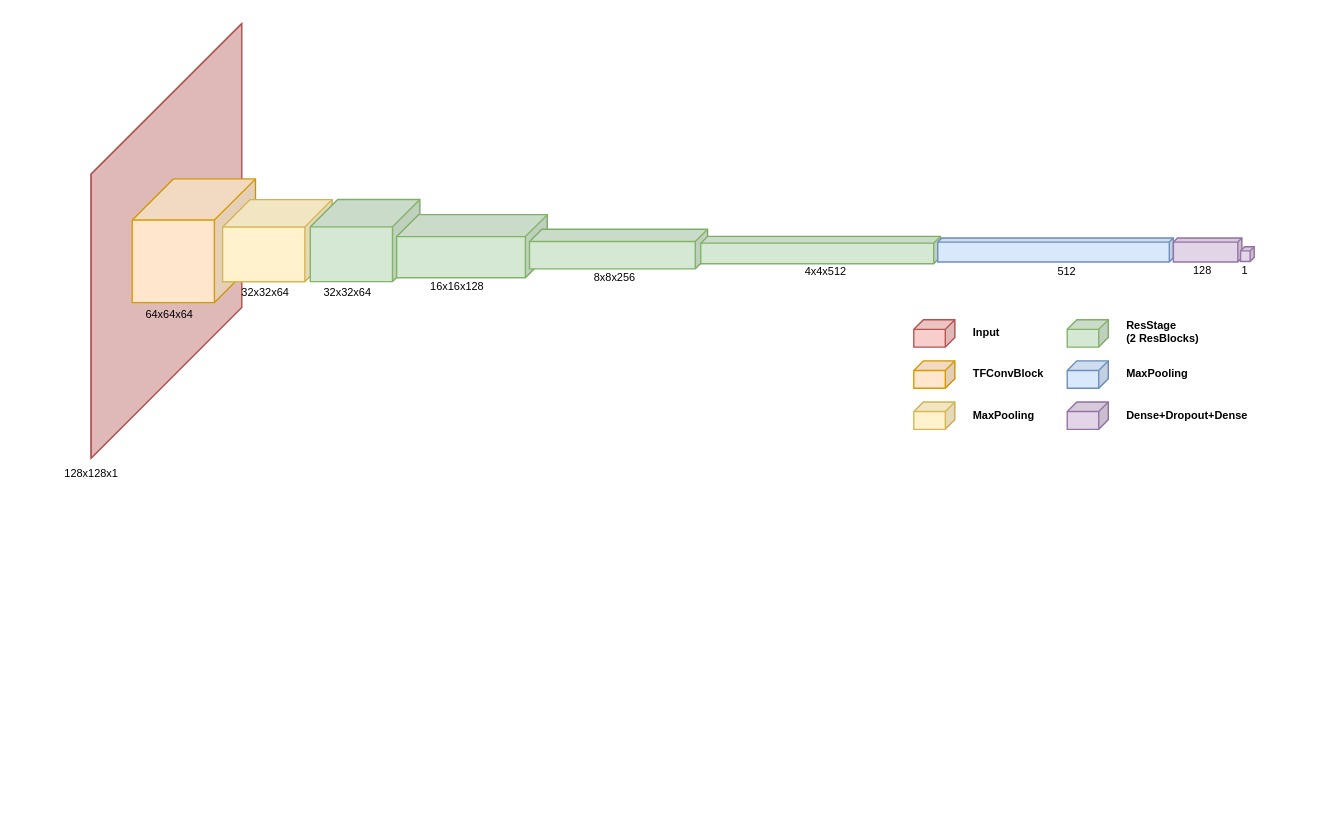
minh071289/AI_system keeps this draw.io diagram as OverallArchitecture.drawio. Above is the earlier version. Source tidied: cells renumbered, new cells numbered last; positions are measured from the earlier drawing's top-left corner, leaving out a move shared by most shapes. Both pictures are drawn from the tidied source at 137%, with x=0, y=0 at pixel (23, 23).
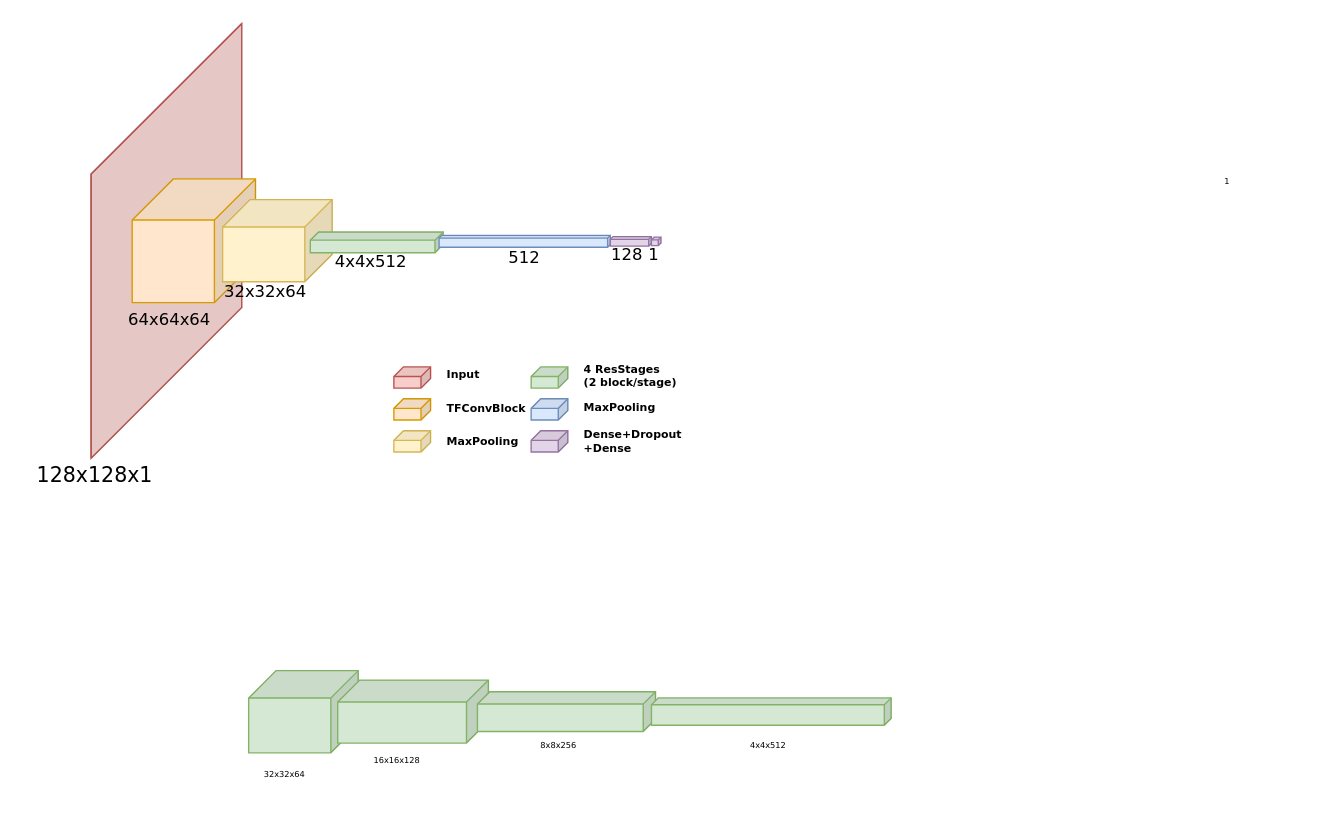
The same page after the edit.

Change to the diagram source:
```diff
@@
-    <mxCell id="2" style="shape=cube;whiteSpace=wrap;html=1;boundedLbl=1;backgroundOutline=1;darkOpacity=0.05;darkOpacity2=0.1;size=110;direction=east;flipH=1;fillColor=#f8cecc;strokeColor=#b85450;" parent="1" vertex="1">
+    <mxCell id="2" style="shape=cube;whiteSpace=wrap;html=1;boundedLbl=1;backgroundOutline=1;darkOpacity=0.05;darkOpacity2=0.1;size=110;direction=east;flipH=1;fillColor=light-dark(#ffdddb, #512d2b);strokeColor=#b85450;fontSize=6;fontFamily=Verdana;" parent="1" vertex="1">
       <mxGeometry x="49" y="-0.4" width="110" height="317.4" as="geometry" />
     </mxCell>
-    <mxCell id="3" style="shape=cube;whiteSpace=wrap;html=1;boundedLbl=1;backgroundOutline=1;darkOpacity=0.05;darkOpacity2=0.1;size=30;direction=east;flipH=1;fillColor=#ffe6cc;strokeColor=#d79b00;" parent="1" vertex="1">
+    <mxCell id="3" style="shape=cube;whiteSpace=wrap;html=1;boundedLbl=1;backgroundOutline=1;darkOpacity=0.05;darkOpacity2=0.1;size=30;direction=east;flipH=1;fillColor=#ffe6cc;strokeColor=#d79b00;fontSize=6;fontFamily=Verdana;" parent="1" vertex="1">
       <mxGeometry x="79" y="113.1" width="90" height="90.3" as="geometry" />
     </mxCell>
-    <mxCell id="4" style="shape=cube;whiteSpace=wrap;html=1;boundedLbl=1;backgroundOutline=1;darkOpacity=0.05;darkOpacity2=0.1;size=7;direction=east;flipH=1;fillColor=#f8cecc;strokeColor=#b85450;fontSize=8;" parent="1" vertex="1">
-      <mxGeometry x="649.5" y="215.9" width="30" height="20" as="geometry" />
-    </mxCell>
-    <mxCell id="5" style="shape=cube;whiteSpace=wrap;html=1;boundedLbl=1;backgroundOutline=1;darkOpacity=0.05;darkOpacity2=0.1;size=7;direction=east;flipH=1;fillColor=#ffe6cc;strokeColor=#d79b00;fontSize=8;" parent="1" vertex="1">
-      <mxGeometry x="649.5" y="245.9" width="30" height="20" as="geometry" />
-    </mxCell>
-    <mxCell id="6" style="shape=cube;whiteSpace=wrap;html=1;boundedLbl=1;backgroundOutline=1;darkOpacity=0.05;darkOpacity2=0.1;size=7;direction=east;flipH=1;fillColor=#fff2cc;strokeColor=#d6b656;fontSize=8;" parent="1" vertex="1">
-      <mxGeometry x="649.5" y="275.9" width="30" height="20" as="geometry" />
-    </mxCell>
-    <mxCell id="7" value="Input" style="text;html=1;strokeColor=none;fillColor=none;align=left;verticalAlign=middle;whiteSpace=wrap;rounded=0;fontStyle=1;fontSize=8;" parent="1" vertex="1">
-      <mxGeometry x="690.5" y="213" width="138" height="23.9" as="geometry" />
-    </mxCell>
-    <mxCell id="8" value="TFConvBlock" style="text;html=1;strokeColor=none;fillColor=none;align=left;verticalAlign=middle;whiteSpace=wrap;rounded=0;fontStyle=1;fontSize=8;" parent="1" vertex="1">
-      <mxGeometry x="690.5" y="243" width="138" height="23.9" as="geometry" />
-    </mxCell>
-    <mxCell id="9" value="MaxPooling" style="text;html=1;strokeColor=none;fillColor=none;align=left;verticalAlign=middle;whiteSpace=wrap;rounded=0;fontStyle=1;fontSize=8;" parent="1" vertex="1">
-      <mxGeometry x="690.5" y="274.1" width="138" height="23.9" as="geometry" />
-    </mxCell>
-    <mxCell id="10" style="shape=cube;whiteSpace=wrap;html=1;boundedLbl=1;backgroundOutline=1;darkOpacity=0.05;darkOpacity2=0.1;size=20;direction=east;flipH=1;fillColor=#fff2cc;strokeColor=#d6b656;" parent="1" vertex="1">
+    <mxCell id="10" style="shape=cube;whiteSpace=wrap;html=1;boundedLbl=1;backgroundOutline=1;darkOpacity=0.05;darkOpacity2=0.1;size=20;direction=east;flipH=1;fillColor=#fff2cc;strokeColor=#d6b656;fontSize=6;fontFamily=Verdana;" parent="1" vertex="1">
       <mxGeometry x="145" y="128.2" width="80" height="60" as="geometry" />
     </mxCell>
-    <mxCell id="11" style="shape=cube;whiteSpace=wrap;html=1;boundedLbl=1;backgroundOutline=1;darkOpacity=0.05;darkOpacity2=0.1;size=20;direction=east;flipH=1;fillColor=#d5e8d4;strokeColor=#82b366;" parent="1" vertex="1">
-      <mxGeometry x="209" y="128.1" width="80" height="60" as="geometry" />
+    <mxCell id="11" style="shape=cube;whiteSpace=wrap;html=1;boundedLbl=1;backgroundOutline=1;darkOpacity=0.05;darkOpacity2=0.1;size=20;direction=east;flipH=1;fillColor=#d5e8d4;strokeColor=#82b366;fontSize=6;fontFamily=Verdana;" parent="1" vertex="1">
+      <mxGeometry x="164" y="472" width="80" height="60" as="geometry" />
     </mxCell>
-    <mxCell id="12" style="shape=cube;whiteSpace=wrap;html=1;boundedLbl=1;backgroundOutline=1;darkOpacity=0.05;darkOpacity2=0.1;size=16;direction=east;flipH=1;fillColor=#d5e8d4;strokeColor=#82b366;" parent="1" vertex="1">
-      <mxGeometry x="272" y="139.2" width="110" height="46" as="geometry" />
+    <mxCell id="12" style="shape=cube;whiteSpace=wrap;html=1;boundedLbl=1;backgroundOutline=1;darkOpacity=0.05;darkOpacity2=0.1;size=16;direction=east;flipH=1;fillColor=#d5e8d4;strokeColor=#82b366;fontSize=6;fontFamily=Verdana;" parent="1" vertex="1">
+      <mxGeometry x="229" y="478.9" width="110" height="46" as="geometry" />
     </mxCell>
-    <mxCell id="13" style="shape=cube;whiteSpace=wrap;html=1;boundedLbl=1;backgroundOutline=1;darkOpacity=0.05;darkOpacity2=0.1;size=9;direction=east;flipH=1;fillColor=#d5e8d4;strokeColor=#82b366;" parent="1" vertex="1">
-      <mxGeometry x="369" y="149.8" width="130" height="29" as="geometry" />
+    <mxCell id="13" style="shape=cube;whiteSpace=wrap;html=1;boundedLbl=1;backgroundOutline=1;darkOpacity=0.05;darkOpacity2=0.1;size=9;direction=east;flipH=1;fillColor=#d5e8d4;strokeColor=#82b366;fontSize=6;fontFamily=Verdana;" parent="1" vertex="1">
+      <mxGeometry x="331" y="487.4" width="130" height="29" as="geometry" />
     </mxCell>
-    <mxCell id="14" style="shape=cube;whiteSpace=wrap;html=1;boundedLbl=1;backgroundOutline=1;darkOpacity=0.05;darkOpacity2=0.1;size=5;direction=east;flipH=1;fillColor=#d5e8d4;strokeColor=#82b366;" parent="1" vertex="1">
-      <mxGeometry x="494" y="155" width="175" height="20" as="geometry" />
+    <mxCell id="14" style="shape=cube;whiteSpace=wrap;html=1;boundedLbl=1;backgroundOutline=1;darkOpacity=0.05;darkOpacity2=0.1;size=5;direction=east;flipH=1;fillColor=#d5e8d4;strokeColor=#82b366;fontSize=6;fontFamily=Verdana;" parent="1" vertex="1">
+      <mxGeometry x="458" y="491.9" width="175" height="20" as="geometry" />
     </mxCell>
-    <mxCell id="15" style="shape=cube;whiteSpace=wrap;html=1;boundedLbl=1;backgroundOutline=1;darkOpacity=0.05;darkOpacity2=0.1;size=3;direction=east;flipH=1;fillColor=#dae8fc;strokeColor=#6c8ebf;" parent="1" vertex="1">
-      <mxGeometry x="667" y="156.2" width="172" height="17.5" as="geometry" />
-    </mxCell>
-    <mxCell id="16" style="shape=cube;whiteSpace=wrap;html=1;boundedLbl=1;backgroundOutline=1;darkOpacity=0.05;darkOpacity2=0.1;size=3;direction=east;flipH=1;fillColor=#e1d5e7;strokeColor=#9673a6;" parent="1" vertex="1">
-      <mxGeometry x="839" y="156.2" width="50" height="17.5" as="geometry" />
-    </mxCell>
-    <mxCell id="17" style="shape=cube;whiteSpace=wrap;html=1;boundedLbl=1;backgroundOutline=1;darkOpacity=0.05;darkOpacity2=0.1;size=3;direction=east;flipH=1;fillColor=#e1d5e7;strokeColor=#9673a6;" parent="1" vertex="1">
-      <mxGeometry x="888" y="162.6" width="10" height="10.8" as="geometry" />
-    </mxCell>
-    <mxCell id="18" value="128x128x1" style="text;html=1;strokeColor=none;fillColor=none;align=center;verticalAlign=middle;whiteSpace=wrap;rounded=0;fontSize=8;" parent="1" vertex="1">
-      <mxGeometry y="313" width="99" height="29.1" as="geometry" />
+    <mxCell id="18" value="128x128x1" style="text;html=1;strokeColor=none;fillColor=none;align=center;verticalAlign=middle;whiteSpace=wrap;rounded=0;fontSize=15;fontFamily=Verdana;" parent="1" vertex="1">
+      <mxGeometry x="31" y="314" width="42" height="29.1" as="geometry" />
     </mxCell>
-    <mxCell id="19" value="64x64x64" style="text;html=1;strokeColor=none;fillColor=none;align=center;verticalAlign=middle;whiteSpace=wrap;rounded=0;fontSize=8;" parent="1" vertex="1">
-      <mxGeometry x="57" y="197.1" width="99" height="29.1" as="geometry" />
+    <mxCell id="19" value="64x64x64" style="text;html=1;strokeColor=none;fillColor=none;align=center;verticalAlign=middle;whiteSpace=wrap;rounded=0;fontSize=12;fontFamily=Verdana;" parent="1" vertex="1">
+      <mxGeometry x="57" y="201" width="99" height="29.1" as="geometry" />
     </mxCell>
-    <mxCell id="20" value="32x32x64" style="text;html=1;strokeColor=none;fillColor=none;align=center;verticalAlign=middle;whiteSpace=wrap;rounded=0;fontSize=8;" parent="1" vertex="1">
+    <mxCell id="20" value="32x32x64" style="text;html=1;strokeColor=none;fillColor=none;align=center;verticalAlign=middle;whiteSpace=wrap;rounded=0;fontSize=12;fontFamily=Verdana;" parent="1" vertex="1">
       <mxGeometry x="127" y="181.1" width="99" height="29.1" as="geometry" />
     </mxCell>
-    <mxCell id="21" value="32x32x64" style="text;html=1;strokeColor=none;fillColor=none;align=center;verticalAlign=middle;whiteSpace=wrap;rounded=0;fontSize=8;" parent="1" vertex="1">
-      <mxGeometry x="187" y="181.1" width="99" height="29.1" as="geometry" />
+    <mxCell id="21" value="32x32x64" style="text;html=1;strokeColor=none;fillColor=none;align=center;verticalAlign=middle;whiteSpace=wrap;rounded=0;fontSize=6;fontFamily=Verdana;" parent="1" vertex="1">
+      <mxGeometry x="141" y="532" width="99" height="29.1" as="geometry" />
     </mxCell>
-    <mxCell id="22" value="16x16x128" style="text;html=1;strokeColor=none;fillColor=none;align=center;verticalAlign=middle;whiteSpace=wrap;rounded=0;fontSize=8;" parent="1" vertex="1">
-      <mxGeometry x="267" y="177.1" width="99" height="29.1" as="geometry" />
+    <mxCell id="22" value="16x16x128" style="text;html=1;strokeColor=none;fillColor=none;align=center;verticalAlign=middle;whiteSpace=wrap;rounded=0;fontSize=6;fontFamily=Verdana;" parent="1" vertex="1">
+      <mxGeometry x="223" y="522" width="99" height="29.1" as="geometry" />
     </mxCell>
-    <mxCell id="23" value="8x8x256" style="text;html=1;strokeColor=none;fillColor=none;align=center;verticalAlign=middle;whiteSpace=wrap;rounded=0;fontSize=8;" parent="1" vertex="1">
-      <mxGeometry x="382" y="170" width="99" height="29.1" as="geometry" />
+    <mxCell id="23" value="8x8x256" style="text;html=1;strokeColor=none;fillColor=none;align=center;verticalAlign=middle;whiteSpace=wrap;rounded=0;fontSize=6;fontFamily=Verdana;" parent="1" vertex="1">
+      <mxGeometry x="341" y="511.9" width="99" height="29.1" as="geometry" />
     </mxCell>
-    <mxCell id="24" value="4x4x512" style="text;html=1;strokeColor=none;fillColor=none;align=center;verticalAlign=middle;whiteSpace=wrap;rounded=0;fontSize=8;" parent="1" vertex="1">
-      <mxGeometry x="536" y="166.9" width="99" height="29.1" as="geometry" />
+    <mxCell id="24" value="4x4x512" style="text;html=1;strokeColor=none;fillColor=none;align=center;verticalAlign=middle;whiteSpace=wrap;rounded=0;fontSize=6;fontFamily=Verdana;" parent="1" vertex="1">
+      <mxGeometry x="494" y="511.9" width="99" height="29.1" as="geometry" />
     </mxCell>
-    <mxCell id="25" value="512" style="text;html=1;strokeColor=none;fillColor=none;align=center;verticalAlign=middle;whiteSpace=wrap;rounded=0;fontSize=8;" parent="1" vertex="1">
-      <mxGeometry x="712" y="166.9" width="99" height="29.1" as="geometry" />
-    </mxCell>
-    <mxCell id="26" value="128" style="text;html=1;strokeColor=none;fillColor=none;align=center;verticalAlign=middle;whiteSpace=wrap;rounded=0;fontSize=8;" parent="1" vertex="1">
-      <mxGeometry x="811" y="165" width="99" height="29.1" as="geometry" />
-    </mxCell>
-    <mxCell id="27" value="1" style="text;html=1;strokeColor=none;fillColor=none;align=center;verticalAlign=middle;whiteSpace=wrap;rounded=0;fontSize=8;" parent="1" vertex="1">
-      <mxGeometry x="841.5" y="165" width="99" height="29.1" as="geometry" />
+    <mxCell id="27" value="1" style="text;html=1;strokeColor=none;fillColor=none;align=center;verticalAlign=middle;whiteSpace=wrap;rounded=0;fontSize=6;fontFamily=Verdana;" parent="1" vertex="1">
+      <mxGeometry x="828.5" y="99.2" width="99" height="29.1" as="geometry" />
     </mxCell>
+    <mxCell id="34" style="shape=cube;whiteSpace=wrap;html=1;boundedLbl=1;backgroundOutline=1;darkOpacity=0.05;darkOpacity2=0.1;size=6;direction=east;flipH=1;fillColor=#d5e8d4;strokeColor=#82b366;fontSize=6;fontFamily=Verdana;" parent="1" vertex="1">
+      <mxGeometry x="209" y="151.8" width="97" height="15.2" as="geometry" />
+    </mxCell>
+    <mxCell id="15" style="shape=cube;whiteSpace=wrap;html=1;boundedLbl=1;backgroundOutline=1;darkOpacity=0.05;darkOpacity2=0.1;size=2;direction=east;flipH=1;fillColor=#dae8fc;strokeColor=#6c8ebf;fontSize=6;fontFamily=Verdana;" parent="1" vertex="1">
+      <mxGeometry x="303" y="154.3" width="125" height="8.7" as="geometry" />
+    </mxCell>
+    <mxCell id="16" style="shape=cube;whiteSpace=wrap;html=1;boundedLbl=1;backgroundOutline=1;darkOpacity=0.05;darkOpacity2=0.1;size=2;direction=east;flipH=1;fillColor=#e1d5e7;strokeColor=#9673a6;fontSize=6;fontFamily=Verdana;" parent="1" vertex="1">
+      <mxGeometry x="428" y="155.2" width="30" height="7" as="geometry" />
+    </mxCell>
+    <mxCell id="17" style="shape=cube;whiteSpace=wrap;html=1;boundedLbl=1;backgroundOutline=1;darkOpacity=0.05;darkOpacity2=0.1;size=2;direction=east;flipH=1;fillColor=#e1d5e7;strokeColor=#9673a6;fontSize=6;fontFamily=Verdana;" parent="1" vertex="1">
+      <mxGeometry x="458" y="155.6" width="7" height="6.2" as="geometry" />
+    </mxCell>
+    <mxCell id="35" style="edgeStyle=orthogonalEdgeStyle;rounded=0;orthogonalLoop=1;jettySize=auto;html=1;exitX=0;exitY=0;exitDx=0;exitDy=0;exitPerimeter=0;entryX=-0.043;entryY=0.09;entryDx=0;entryDy=0;entryPerimeter=0;fontSize=6;fontFamily=Verdana;" parent="1" edge="1" source="17" target="17">
+      <mxGeometry relative="1" as="geometry" />
+    </mxCell>
+    <mxCell id="36" style="group;fontSize=8;fontFamily=Verdana;" parent="1" vertex="1">
+      <mxGeometry x="270" y="248" width="220" height="66" as="geometry" />
+    </mxCell>
+    <mxCell id="4" style="shape=cube;whiteSpace=wrap;html=1;boundedLbl=1;backgroundOutline=1;darkOpacity=0.05;darkOpacity2=0.1;size=7;direction=east;flipH=1;fillColor=#f8cecc;strokeColor=#b85450;fontSize=8;fontFamily=Verdana;" parent="36" vertex="1">
+      <mxGeometry y="2.3" width="26.8" height="15.5" as="geometry" />
+    </mxCell>
+    <mxCell id="5" style="shape=cube;whiteSpace=wrap;html=1;boundedLbl=1;backgroundOutline=1;darkOpacity=0.05;darkOpacity2=0.1;size=7;direction=east;flipH=1;fillColor=#ffe6cc;strokeColor=#d79b00;fontSize=8;fontFamily=Verdana;" parent="36" vertex="1">
+      <mxGeometry y="25.6" width="26.8" height="15.5" as="geometry" />
+    </mxCell>
+    <mxCell id="6" style="shape=cube;whiteSpace=wrap;html=1;boundedLbl=1;backgroundOutline=1;darkOpacity=0.05;darkOpacity2=0.1;size=7;direction=east;flipH=1;fillColor=#fff2cc;strokeColor=#d6b656;fontSize=8;fontFamily=Verdana;" parent="36" vertex="1">
+      <mxGeometry y="48.9" width="26.8" height="15.5" as="geometry" />
+    </mxCell>
+    <mxCell id="7" value="Input" style="text;html=1;strokeColor=none;fillColor=none;align=left;verticalAlign=middle;whiteSpace=wrap;rounded=0;fontStyle=1;fontSize=8;fontFamily=Verdana;" parent="36" vertex="1">
+      <mxGeometry x="36.7" y="-1" width="123.4" height="18.6" as="geometry" />
+    </mxCell>
+    <mxCell id="8" value="TFConvBlock" style="text;html=1;strokeColor=none;fillColor=none;align=left;verticalAlign=middle;whiteSpace=wrap;rounded=0;fontStyle=1;fontSize=8;fontFamily=Verdana;" parent="36" vertex="1">
+      <mxGeometry x="36.7" y="23.3" width="123.4" height="18.6" as="geometry" />
+    </mxCell>
+    <mxCell id="9" value="MaxPooling" style="text;html=1;strokeColor=none;fillColor=none;align=left;verticalAlign=middle;whiteSpace=wrap;rounded=0;fontStyle=1;fontSize=8;fontFamily=Verdana;" parent="36" vertex="1">
+      <mxGeometry x="36.7" y="47.4" width="123.4" height="18.6" as="geometry" />
+    </mxCell>
-    <mxCell id="28" style="shape=cube;whiteSpace=wrap;html=1;boundedLbl=1;backgroundOutline=1;darkOpacity=0.05;darkOpacity2=0.1;size=7;direction=east;flipH=1;fillColor=#d5e8d4;strokeColor=#82b366;fontSize=8;" parent="1" vertex="1">
-      <mxGeometry x="761.5" y="215.9" width="30" height="20" as="geometry" />
+    <mxCell id="28" style="shape=cube;whiteSpace=wrap;html=1;boundedLbl=1;backgroundOutline=1;darkOpacity=0.05;darkOpacity2=0.1;size=7;direction=east;flipH=1;fillColor=#d5e8d4;strokeColor=#82b366;fontSize=8;fontFamily=Verdana;" parent="36" vertex="1">
+      <mxGeometry x="100.2" y="2.3" width="26.8" height="15.5" as="geometry" />
     </mxCell>
-    <mxCell id="29" style="shape=cube;whiteSpace=wrap;html=1;boundedLbl=1;backgroundOutline=1;darkOpacity=0.05;darkOpacity2=0.1;size=7;direction=east;flipH=1;fillColor=#dae8fc;strokeColor=#6c8ebf;fontSize=8;" parent="1" vertex="1">
-      <mxGeometry x="761.5" y="245.9" width="30" height="20" as="geometry" />
+    <mxCell id="29" style="shape=cube;whiteSpace=wrap;html=1;boundedLbl=1;backgroundOutline=1;darkOpacity=0.05;darkOpacity2=0.1;size=7;direction=east;flipH=1;fillColor=#dae8fc;strokeColor=#6c8ebf;fontSize=8;fontFamily=Verdana;" parent="36" vertex="1">
+      <mxGeometry x="100.2" y="25.6" width="26.8" height="15.5" as="geometry" />
     </mxCell>
-    <mxCell id="30" style="shape=cube;whiteSpace=wrap;html=1;boundedLbl=1;backgroundOutline=1;darkOpacity=0.05;darkOpacity2=0.1;size=7;direction=east;flipH=1;fillColor=#e1d5e7;strokeColor=#9673a6;fontSize=8;" parent="1" vertex="1">
-      <mxGeometry x="761.5" y="275.9" width="30" height="20" as="geometry" />
+    <mxCell id="30" style="shape=cube;whiteSpace=wrap;html=1;boundedLbl=1;backgroundOutline=1;darkOpacity=0.05;darkOpacity2=0.1;size=7;direction=east;flipH=1;fillColor=#e1d5e7;strokeColor=#9673a6;fontSize=8;fontFamily=Verdana;" parent="36" vertex="1">
+      <mxGeometry x="100.2" y="48.9" width="26.8" height="15.5" as="geometry" />
     </mxCell>
-    <mxCell id="31" value="&lt;div&gt;ResStage&lt;/div&gt;&lt;div&gt;(2 ResBlocks)&lt;/div&gt;" style="text;html=1;strokeColor=none;fillColor=none;align=left;verticalAlign=middle;whiteSpace=wrap;rounded=0;fontStyle=1;fontSize=8;" parent="1" vertex="1">
-      <mxGeometry x="802.5" y="213" width="138" height="23.9" as="geometry" />
+    <mxCell id="31" value="&lt;div&gt;&lt;font&gt;4 ResStages&lt;/font&gt;&lt;/div&gt;&lt;div&gt;&lt;font&gt;(2 block/stage)&lt;/font&gt;&lt;/div&gt;" style="text;html=1;strokeColor=none;fillColor=none;align=left;verticalAlign=middle;whiteSpace=wrap;rounded=0;fontStyle=1;fontSize=8;fontFamily=Verdana;" parent="36" vertex="1">
+      <mxGeometry x="136.8" width="76.9" height="18.6" as="geometry" />
     </mxCell>
-    <mxCell id="32" value="MaxPooling" style="text;html=1;strokeColor=none;fillColor=none;align=left;verticalAlign=middle;whiteSpace=wrap;rounded=0;fontStyle=1;fontSize=8;" parent="1" vertex="1">
-      <mxGeometry x="802.5" y="243" width="138" height="23.9" as="geometry" />
+    <mxCell id="32" value="&lt;font&gt;MaxPooling&lt;/font&gt;" style="text;html=1;strokeColor=none;fillColor=none;align=left;verticalAlign=middle;whiteSpace=wrap;rounded=0;fontStyle=1;fontSize=8;fontFamily=Verdana;" parent="36" vertex="1">
+      <mxGeometry x="136.8" y="22.3" width="76.9" height="18.6" as="geometry" />
     </mxCell>
-    <mxCell id="33" value="Dense+Dropout+Dense" style="text;html=1;strokeColor=none;fillColor=none;align=left;verticalAlign=middle;whiteSpace=wrap;rounded=0;fontStyle=1;fontSize=8;" parent="1" vertex="1">
-      <mxGeometry x="802.5" y="274.1" width="138" height="23.9" as="geometry" />
+    <mxCell id="33" value="&lt;font&gt;Dense+Dropout&lt;/font&gt;&lt;div&gt;&lt;font&gt;+Dense&lt;/font&gt;&lt;/div&gt;" style="text;html=1;strokeColor=none;fillColor=none;align=left;verticalAlign=middle;whiteSpace=wrap;rounded=0;fontStyle=1;fontSize=8;fontFamily=Verdana;" parent="36" vertex="1">
+      <mxGeometry x="136.8" y="47.4" width="83.2" height="18.6" as="geometry" />
     </mxCell>
+    <mxCell id="37" value="4x4x512" style="text;html=1;strokeColor=none;fillColor=none;align=center;verticalAlign=middle;whiteSpace=wrap;rounded=0;fontSize=12;fontFamily=Verdana;" parent="1" vertex="1">
+      <mxGeometry x="204" y="166.9" width="99" height="15" as="geometry" />
+    </mxCell>
+    <mxCell id="25" value="512" style="text;html=1;strokeColor=none;fillColor=none;align=center;verticalAlign=middle;whiteSpace=wrap;rounded=0;fontSize=12;fontFamily=Verdana;" parent="1" vertex="1">
+      <mxGeometry x="316" y="163" width="99" height="15" as="geometry" />
+    </mxCell>
+    <mxCell id="26" value="128" style="text;html=1;strokeColor=none;fillColor=none;align=center;verticalAlign=middle;whiteSpace=wrap;rounded=0;fontSize=12;fontFamily=Verdana;" parent="1" vertex="1">
+      <mxGeometry x="391" y="161.8" width="99" height="15" as="geometry" />
+    </mxCell>
+    <mxCell id="38" value="1" style="text;html=1;strokeColor=none;fillColor=none;align=center;verticalAlign=middle;whiteSpace=wrap;rounded=0;fontSize=12;fontFamily=Verdana;" parent="1" vertex="1">
+      <mxGeometry x="454.5" y="161.8" width="10" height="15" as="geometry" />
+    </mxCell>
```
